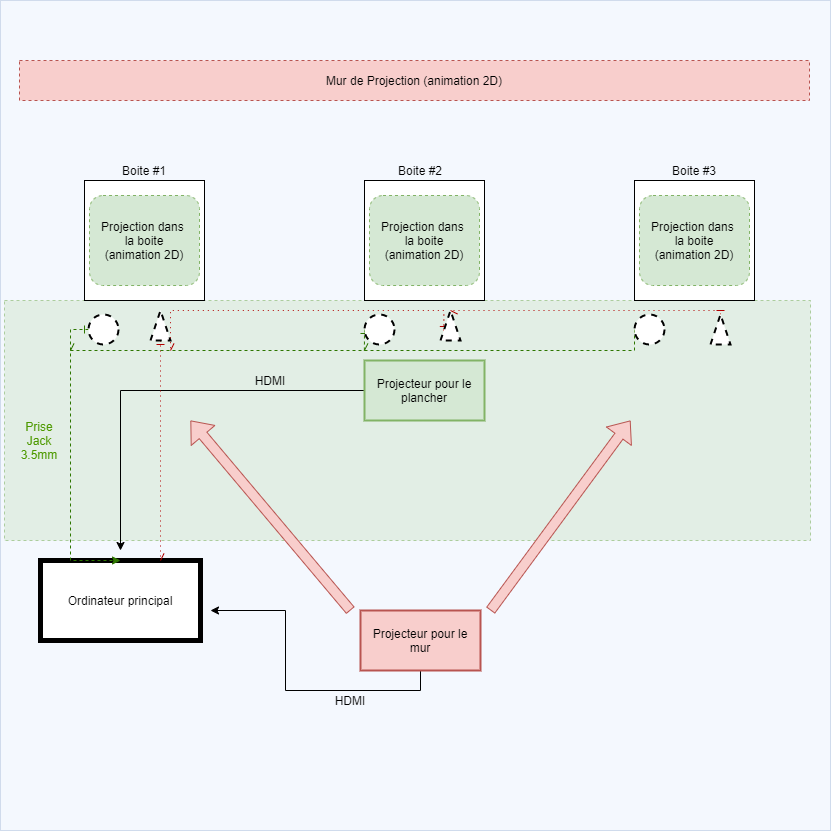
Earlier version of the draw.io export docs/preproduction/medias/Schéma_projet_synthèse.png (samcard01/les_chatoyants). Source tidied: cells renumbered, new cells last; positions are measured from the earlier drawing's top-left corner, leaving out a move shared by most shapes. Its diagram source:
```xml
<mxGraphModel>
  <root>
    <mxCell id="0" />
    <mxCell id="1" parent="0" />
    <mxCell id="2" style="whiteSpace=wrap;html=1;opacity=30;fillColor=#dae8fc;strokeColor=#6c8ebf;" parent="1" vertex="1">
      <mxGeometry width="830" height="830" as="geometry" />
    </mxCell>
    <mxCell id="3" style="rounded=0;whiteSpace=wrap;html=1;dashed=1;strokeColor=#82b366;strokeWidth=1;fillColor=#d5e8d4;opacity=60;" parent="1" vertex="1">
      <mxGeometry x="4" y="300" width="806" height="240" as="geometry" />
    </mxCell>
    <mxCell id="4" value="Mur de Projection (animation 2D)" style="rounded=0;whiteSpace=wrap;html=1;fillColor=#f8cecc;strokeColor=#b85450;dashed=1;" parent="1" vertex="1">
      <mxGeometry x="19" y="60" width="790" height="40" as="geometry" />
    </mxCell>
    <mxCell id="5" style="edgeStyle=orthogonalEdgeStyle;rounded=0;jettySize=auto;html=1;exitX=0.5;exitY=1;exitDx=0;exitDy=0;" parent="1" edge="1" source="6">
      <mxGeometry relative="1" as="geometry">
        <mxPoint x="210" y="610" as="targetPoint" />
      </mxGeometry>
    </mxCell>
    <mxCell id="6" value="Projecteur pour le mur" style="rounded=0;whiteSpace=wrap;html=1;fillColor=#f8cecc;strokeColor=#b85450;strokeWidth=2;" parent="1" vertex="1">
      <mxGeometry x="360" y="610" width="120" height="60" as="geometry" />
    </mxCell>
    <mxCell id="7" style="shape=flexArrow;endArrow=classic;html=1;fillColor=#f8cecc;strokeColor=#b85450;" parent="1" edge="1">
      <mxGeometry relative="1" as="geometry">
        <mxPoint x="350" y="610" as="sourcePoint" />
        <mxPoint x="190" y="420" as="targetPoint" />
      </mxGeometry>
    </mxCell>
    <mxCell id="8" style="whiteSpace=wrap;html=1;" parent="1" vertex="1">
      <mxGeometry x="84" y="180" width="120" height="120" as="geometry" />
    </mxCell>
    <mxCell id="9" style="whiteSpace=wrap;html=1;" parent="1" vertex="1">
      <mxGeometry x="364" y="180" width="120" height="120" as="geometry" />
    </mxCell>
    <mxCell id="10" style="whiteSpace=wrap;html=1;" parent="1" vertex="1">
      <mxGeometry x="634" y="180" width="120" height="120" as="geometry" />
    </mxCell>
    <mxCell id="11" value="Boite #1&lt;span style=&quot;color: rgba(0 , 0 , 0 , 0) ; font-family: monospace ; font-size: 0px&quot;&gt;%3CmxGraphModel%3E%3Croot%3E%3CmxCell%20id%3D%220%22%2F%3E%3CmxCell%20id%3D%221%22%20parent%3D%220%22%2F%3E%3CmxCell%20id%3D%222%22%20value%3D%22%22%20style%3D%22whiteSpace%3Dwrap%3Bhtml%3D1%3Baspect%3Dfixed%3B%22%20vertex%3D%221%22%20parent%3D%221%22%3E%3CmxGeometry%20x%3D%2280%22%20y%3D%22120%22%20width%3D%22120%22%20height%3D%22120%22%20as%3D%22geometry%22%2F%3E%3C%2FmxCell%3E%3C%2Froot%3E%3C%2FmxGraphModel%3E&lt;/span&gt;" style="text;html=1;strokeColor=none;fillColor=none;align=center;verticalAlign=middle;whiteSpace=wrap;rounded=0;" parent="1" vertex="1">
      <mxGeometry x="84" y="160" width="120" height="20" as="geometry" />
    </mxCell>
    <mxCell id="12" value="Boite #2&lt;span style=&quot;color: rgba(0 , 0 , 0 , 0) ; font-family: monospace ; font-size: 0px&quot;&gt;%3CmxGraphModel%3E%3Croot%3E%3CmxCell%20id%3D%220%22%2F%3E%3CmxCell%20id%3D%221%22%20parent%3D%220%22%2F%3E%3CmxCell%20id%3D%222%22%20value%3D%22%22%20style%3D%22whiteSpace%3Dwrap%3Bhtml%3D1%3Baspect%3Dfixed%3B%22%20vertex%3D%221%22%20parent%3D%221%22%3E%3CmxGeometry%20x%3D%2280%22%20y%3D%22120%22%20width%3D%22120%22%20height%3D%22120%22%20as%3D%22geometry%22%2F%3E%3C%2FmxCell%3E%3C%2Froot%3E%3C%2FmxGraphModel%3E&lt;/span&gt;" style="text;html=1;strokeColor=none;fillColor=none;align=center;verticalAlign=middle;whiteSpace=wrap;rounded=0;" parent="1" vertex="1">
      <mxGeometry x="360" y="160" width="120" height="20" as="geometry" />
    </mxCell>
    <mxCell id="13" value="Boite #3&lt;span style=&quot;color: rgba(0 , 0 , 0 , 0) ; font-family: monospace ; font-size: 0px&quot;&gt;%3CmxGraphModel%3E%3Croot%3E%3CmxCell%20id%3D%220%22%2F%3E%3CmxCell%20id%3D%221%22%20parent%3D%220%22%2F%3E%3CmxCell%20id%3D%222%22%20value%3D%22%22%20style%3D%22whiteSpace%3Dwrap%3Bhtml%3D1%3Baspect%3Dfixed%3B%22%20vertex%3D%221%22%20parent%3D%221%22%3E%3CmxGeometry%20x%3D%2280%22%20y%3D%22120%22%20width%3D%22120%22%20height%3D%22120%22%20as%3D%22geometry%22%2F%3E%3C%2FmxCell%3E%3C%2Froot%3E%3C%2FmxGraphModel%3E&lt;/span&gt;" style="text;html=1;strokeColor=none;fillColor=none;align=center;verticalAlign=middle;whiteSpace=wrap;rounded=0;" parent="1" vertex="1">
      <mxGeometry x="634" y="160" width="120" height="20" as="geometry" />
    </mxCell>
    <mxCell id="14" value="Projection dans&amp;nbsp;&lt;br&gt;la boite&lt;br&gt;(animation 2D)" style="rounded=1;whiteSpace=wrap;html=1;fillColor=#d5e8d4;strokeColor=#82b366;dashed=1;" parent="1" vertex="1">
      <mxGeometry x="89" y="195" width="110" height="90" as="geometry" />
    </mxCell>
    <mxCell id="15" value="Ordinateur principal" style="rounded=0;whiteSpace=wrap;html=1;strokeWidth=5;" parent="1" vertex="1">
      <mxGeometry x="40" y="560" width="160" height="80" as="geometry" />
    </mxCell>
    <mxCell id="16" style="edgeStyle=orthogonalEdgeStyle;rounded=0;jettySize=auto;html=1;exitX=0;exitY=0.5;exitDx=0;exitDy=0;" parent="1" edge="1" source="17">
      <mxGeometry relative="1" as="geometry">
        <mxPoint x="120" y="550" as="targetPoint" />
      </mxGeometry>
    </mxCell>
    <mxCell id="17" value="Projecteur pour le plancher" style="rounded=0;whiteSpace=wrap;html=1;fillColor=#d5e8d4;strokeColor=#82b366;strokeWidth=2;" parent="1" vertex="1">
      <mxGeometry x="364" y="360" width="120" height="60" as="geometry" />
    </mxCell>
    <mxCell id="18" style="shape=flexArrow;endArrow=classic;html=1;fillColor=#f8cecc;strokeColor=#b85450;" parent="1" edge="1">
      <mxGeometry relative="1" as="geometry">
        <mxPoint x="490" y="610" as="sourcePoint" />
        <mxPoint x="630" y="420" as="targetPoint" />
      </mxGeometry>
    </mxCell>
    <mxCell id="19" value="&lt;span&gt;Projection dans&amp;nbsp;&lt;/span&gt;&lt;br&gt;&lt;span&gt;la boite&lt;/span&gt;&lt;br&gt;&lt;span&gt;(animation 2D)&lt;/span&gt;" style="rounded=1;whiteSpace=wrap;html=1;fillColor=#d5e8d4;strokeColor=#82b366;dashed=1;" parent="1" vertex="1">
      <mxGeometry x="369" y="195" width="110" height="90" as="geometry" />
    </mxCell>
    <mxCell id="20" value="&lt;span&gt;Projection dans&amp;nbsp;&lt;/span&gt;&lt;br&gt;&lt;span&gt;la boite&lt;/span&gt;&lt;br&gt;&lt;span&gt;(animation 2D)&lt;/span&gt;" style="rounded=1;whiteSpace=wrap;html=1;fillColor=#d5e8d4;strokeColor=#82b366;dashed=1;" parent="1" vertex="1">
      <mxGeometry x="639" y="195" width="110" height="90" as="geometry" />
    </mxCell>
    <mxCell id="21" style="edgeStyle=orthogonalEdgeStyle;rounded=0;jettySize=auto;html=1;exitX=0;exitY=0.5;exitDx=0;exitDy=0;dashed=1;startArrow=ERone;startFill=0;endArrow=openAsync;endFill=0;fillColor=#60a917;strokeColor=#2D7600;" parent="1" edge="1" source="22">
      <mxGeometry relative="1" as="geometry">
        <mxPoint x="70" y="350" as="targetPoint" />
      </mxGeometry>
    </mxCell>
    <mxCell id="22" style="ellipse;whiteSpace=wrap;html=1;dashed=1;strokeColor=#000000;strokeWidth=2;" parent="1" vertex="1">
      <mxGeometry x="88" y="314" width="30" height="30" as="geometry" />
    </mxCell>
    <mxCell id="23" style="edgeStyle=orthogonalEdgeStyle;rounded=0;jettySize=auto;html=1;exitX=0.5;exitY=1;exitDx=0;exitDy=0;entryX=0.75;entryY=0;entryDx=0;entryDy=0;dashed=1;dashPattern=1 4;startArrow=ERone;startFill=0;endArrow=openAsync;endFill=0;fillColor=#e51400;strokeColor=#B20000;" parent="1" edge="1" source="24" target="15">
      <mxGeometry relative="1" as="geometry" />
    </mxCell>
    <mxCell id="24" style="shape=trapezoid;perimeter=trapezoidPerimeter;whiteSpace=wrap;html=1;fixedSize=1;dashed=1;strokeColor=#000000;strokeWidth=2;" parent="1" vertex="1">
      <mxGeometry x="150" y="310" width="20" height="30" as="geometry" />
    </mxCell>
    <mxCell id="25" style="edgeStyle=orthogonalEdgeStyle;rounded=0;jettySize=auto;html=1;exitX=0;exitY=0.5;exitDx=0;exitDy=0;dashed=1;startArrow=ERone;startFill=0;endArrow=openAsync;endFill=0;fillColor=#60a917;strokeColor=#2D7600;" parent="1" edge="1" source="26">
      <mxGeometry relative="1" as="geometry">
        <mxPoint x="363.9" y="350" as="targetPoint" />
      </mxGeometry>
    </mxCell>
    <mxCell id="26" style="ellipse;whiteSpace=wrap;html=1;dashed=1;strokeColor=#000000;strokeWidth=2;" parent="1" vertex="1">
      <mxGeometry x="364" y="314" width="30" height="30" as="geometry" />
    </mxCell>
    <mxCell id="27" style="edgeStyle=orthogonalEdgeStyle;rounded=0;jettySize=auto;html=1;exitX=0;exitY=0.75;exitDx=0;exitDy=0;dashed=1;dashPattern=1 4;startArrow=ERone;startFill=0;endArrow=openAsync;endFill=0;fillColor=#e51400;strokeColor=#B20000;" parent="1" edge="1" source="28">
      <mxGeometry relative="1" as="geometry">
        <mxPoint x="170" y="350" as="targetPoint" />
        <Array as="points">
          <mxPoint x="443" y="310" />
          <mxPoint x="170" y="310" />
        </Array>
      </mxGeometry>
    </mxCell>
    <mxCell id="28" style="shape=trapezoid;perimeter=trapezoidPerimeter;whiteSpace=wrap;html=1;fixedSize=1;dashed=1;strokeColor=#000000;strokeWidth=2;" parent="1" vertex="1">
      <mxGeometry x="440" y="310" width="20" height="30" as="geometry" />
    </mxCell>
    <mxCell id="29" style="edgeStyle=orthogonalEdgeStyle;rounded=0;jettySize=auto;html=1;exitX=0;exitY=0.5;exitDx=0;exitDy=0;entryX=0.5;entryY=0;entryDx=0;entryDy=0;dashed=1;fillColor=#60a917;strokeColor=#2D7600;" parent="1" edge="1" source="30" target="15">
      <mxGeometry relative="1" as="geometry">
        <Array as="points">
          <mxPoint x="634" y="350" />
          <mxPoint x="70" y="350" />
          <mxPoint x="70" y="560" />
        </Array>
      </mxGeometry>
    </mxCell>
    <mxCell id="30" style="ellipse;whiteSpace=wrap;html=1;dashed=1;strokeColor=#000000;strokeWidth=2;" parent="1" vertex="1">
      <mxGeometry x="634" y="314" width="30" height="30" as="geometry" />
    </mxCell>
    <mxCell id="31" style="edgeStyle=orthogonalEdgeStyle;rounded=0;jettySize=auto;html=1;exitX=0.5;exitY=0;exitDx=0;exitDy=0;entryX=0.5;entryY=0;entryDx=0;entryDy=0;dashed=1;dashPattern=1 4;startArrow=ERone;startFill=0;endArrow=openAsync;endFill=0;fillColor=#e51400;strokeColor=#B20000;" parent="1" edge="1" source="32" target="28">
      <mxGeometry relative="1" as="geometry">
        <Array as="points">
          <mxPoint x="720" y="310" />
        </Array>
      </mxGeometry>
    </mxCell>
    <mxCell id="32" style="shape=trapezoid;perimeter=trapezoidPerimeter;whiteSpace=wrap;html=1;fixedSize=1;dashed=1;strokeColor=#000000;strokeWidth=2;" parent="1" vertex="1">
      <mxGeometry x="710" y="314" width="20" height="30" as="geometry" />
    </mxCell>
    <mxCell id="33" value="HDMI" style="text;html=1;strokeColor=none;fillColor=none;align=center;verticalAlign=middle;whiteSpace=wrap;rounded=0;dashed=1;opacity=60;" parent="1" vertex="1">
      <mxGeometry x="220" y="370" width="100" height="20" as="geometry" />
    </mxCell>
    <mxCell id="34" value="HDMI" style="text;html=1;strokeColor=none;fillColor=none;align=center;verticalAlign=middle;whiteSpace=wrap;rounded=0;dashed=1;opacity=60;" parent="1" vertex="1">
      <mxGeometry x="300" y="690" width="100" height="20" as="geometry" />
    </mxCell>
    <mxCell id="35" value="&lt;font color=&quot;#4d9900&quot;&gt;Prise Jack 3.5mm&lt;/font&gt;" style="text;html=1;strokeColor=none;fillColor=none;align=center;verticalAlign=middle;whiteSpace=wrap;rounded=0;dashed=1;opacity=60;" parent="1" vertex="1">
      <mxGeometry x="19" y="400" width="40" height="80" as="geometry" />
    </mxCell>
  </root>
</mxGraphModel>
```
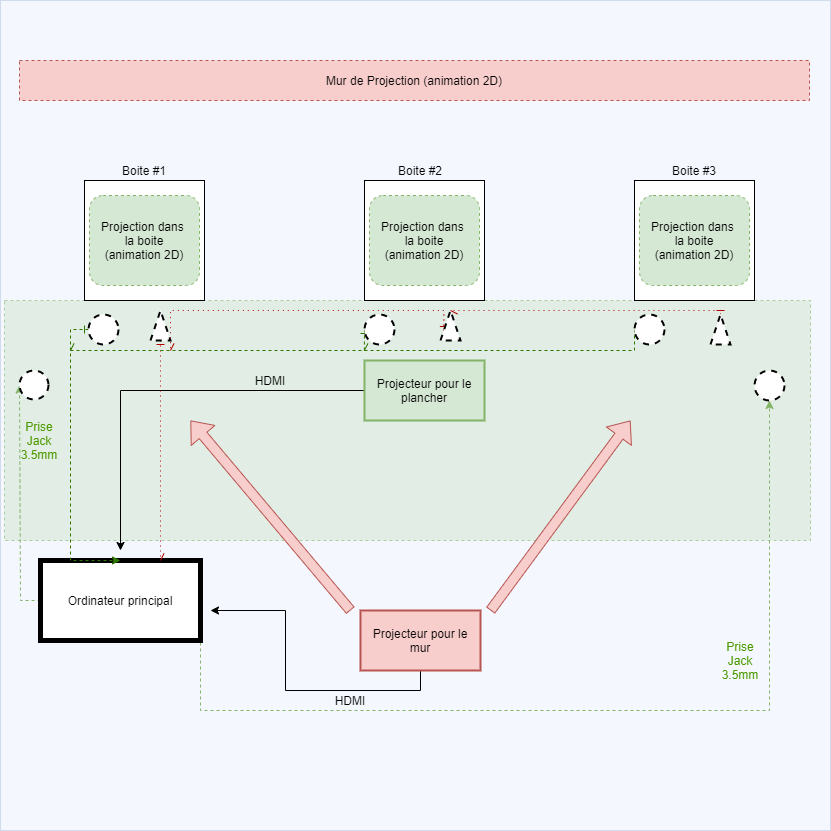
Later version of the same file.

The edit, as a diff of the source:
```diff
@@ -46,6 +46,22 @@
     <mxCell id="14" value="Projection dans&amp;nbsp;&lt;br&gt;la boite&lt;br&gt;(animation 2D)" style="rounded=1;whiteSpace=wrap;html=1;fillColor=#d5e8d4;strokeColor=#82b366;dashed=1;" parent="1" vertex="1">
       <mxGeometry x="89" y="195" width="110" height="90" as="geometry" />
     </mxCell>
+    <mxCell id="36" style="edgeStyle=orthogonalEdgeStyle;rounded=0;jettySize=auto;html=1;exitX=0;exitY=0.5;exitDx=0;exitDy=0;entryX=0;entryY=0.5;entryDx=0;entryDy=0;dashed=1;fillColor=#d5e8d4;strokeColor=#82b366;" parent="1" edge="1" source="15" target="39">
+      <mxGeometry relative="1" as="geometry">
+        <Array as="points">
+          <mxPoint x="20" y="600" />
+          <mxPoint x="20" y="385" />
+        </Array>
+      </mxGeometry>
+    </mxCell>
+    <mxCell id="37" style="edgeStyle=orthogonalEdgeStyle;rounded=0;jettySize=auto;html=1;exitX=1;exitY=0.5;exitDx=0;exitDy=0;dashed=1;fillColor=#d5e8d4;strokeColor=#82b366;" parent="1" edge="1" source="15" target="38">
+      <mxGeometry relative="1" as="geometry">
+        <Array as="points">
+          <mxPoint x="200" y="710" />
+          <mxPoint x="769" y="710" />
+        </Array>
+      </mxGeometry>
+    </mxCell>
     <mxCell id="15" value="Ordinateur principal" style="rounded=0;whiteSpace=wrap;html=1;strokeWidth=5;" parent="1" vertex="1">
       <mxGeometry x="40" y="560" width="160" height="80" as="geometry" />
     </mxCell>
@@ -134,5 +150,14 @@
     <mxCell id="35" value="&lt;font color=&quot;#4d9900&quot;&gt;Prise Jack 3.5mm&lt;/font&gt;" style="text;html=1;strokeColor=none;fillColor=none;align=center;verticalAlign=middle;whiteSpace=wrap;rounded=0;dashed=1;opacity=60;" parent="1" vertex="1">
       <mxGeometry x="19" y="400" width="40" height="80" as="geometry" />
     </mxCell>
+    <mxCell id="38" style="ellipse;whiteSpace=wrap;html=1;dashed=1;strokeColor=#000000;strokeWidth=2;" parent="1" vertex="1">
+      <mxGeometry x="754" y="370" width="30" height="30" as="geometry" />
+    </mxCell>
+    <mxCell id="39" style="ellipse;whiteSpace=wrap;html=1;dashed=1;strokeColor=#000000;strokeWidth=2;" parent="1" vertex="1">
+      <mxGeometry x="19" y="370" width="29" height="29" as="geometry" />
+    </mxCell>
+    <mxCell id="40" value="&lt;font color=&quot;#4d9900&quot;&gt;Prise Jack 3.5mm&lt;/font&gt;" style="text;html=1;strokeColor=none;fillColor=none;align=center;verticalAlign=middle;whiteSpace=wrap;rounded=0;dashed=1;opacity=60;" parent="1" vertex="1">
+      <mxGeometry x="720" y="620" width="40" height="80" as="geometry" />
+    </mxCell>
   </root>
 </mxGraphModel>
```
